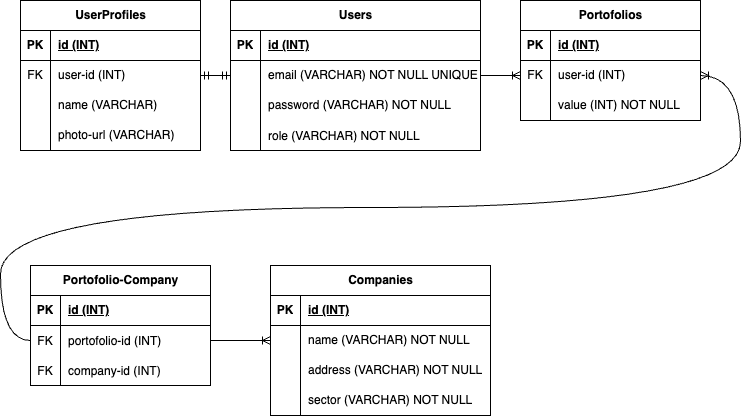
reynaldowt15/investra keeps this draw.io diagram as DBScheme.drawio.png. Above is the earlier version. Source tidied: cells renumbered, new cells last; positions are measured from the earlier drawing's top-left corner, leaving out a move shared by most shapes. The source it was exported from:
```xml
<mxGraphModel>
  <root>
    <mxCell id="0" />
    <mxCell id="1" parent="0" />
    <mxCell id="2" value="Users" style="shape=table;startSize=30;rowLines=0;fontStyle=1;align=center;html=1;" parent="1" vertex="1">
      <mxGeometry x="230" width="250" height="150" as="geometry" />
    </mxCell>
    <mxCell id="3" style="shape=tableRow;horizontal=0;startSize=0;swimlaneHead=0;swimlaneBody=0;fillColor=none;top=0;left=0;right=0;bottom=1;" parent="2" vertex="1">
      <mxGeometry y="30" width="250" height="30" as="geometry" />
    </mxCell>
    <mxCell id="4" value="PK" style="shape=partialRectangle;fillColor=none;top=0;left=0;bottom=0;right=0;fontStyle=1;overflow=hidden;whiteSpace=wrap;html=1;" parent="3" vertex="1">
      <mxGeometry width="30" height="30" as="geometry" />
    </mxCell>
    <mxCell id="5" value="id&amp;nbsp;&lt;span style=&quot;color: rgb(0, 0, 0);&quot;&gt;(INT)&lt;/span&gt;" style="shape=partialRectangle;fillColor=none;top=0;left=0;bottom=0;right=0;align=left;spacingLeft=6;fontStyle=5;overflow=hidden;whiteSpace=wrap;html=1;" parent="3" vertex="1">
      <mxGeometry x="30" width="220" height="30" as="geometry" />
    </mxCell>
    <mxCell id="6" style="shape=tableRow;horizontal=0;startSize=0;swimlaneHead=0;swimlaneBody=0;fillColor=none;points=[[0,0.5],[1,0.5]];portConstraint=eastwest;top=0;left=0;right=0;bottom=0;" parent="2" vertex="1">
      <mxGeometry y="60" width="250" height="30" as="geometry" />
    </mxCell>
    <mxCell id="7" style="shape=partialRectangle;fillColor=none;top=0;left=0;bottom=0;right=0;overflow=hidden;whiteSpace=wrap;html=1;" parent="6" vertex="1">
      <mxGeometry width="30" height="30" as="geometry" />
    </mxCell>
    <mxCell id="8" value="email (VARCHAR) NOT NULL UNIQUE" style="shape=partialRectangle;fillColor=none;top=0;left=0;bottom=0;right=0;align=left;spacingLeft=6;overflow=hidden;whiteSpace=wrap;html=1;" parent="6" vertex="1">
      <mxGeometry x="30" width="220" height="30" as="geometry" />
    </mxCell>
    <mxCell id="9" style="shape=tableRow;horizontal=0;startSize=0;swimlaneHead=0;swimlaneBody=0;fillColor=none;top=0;left=0;right=0;bottom=0;" parent="2" vertex="1">
      <mxGeometry y="90" width="250" height="30" as="geometry" />
    </mxCell>
    <mxCell id="10" style="shape=partialRectangle;fillColor=none;top=0;left=0;bottom=0;right=0;overflow=hidden;whiteSpace=wrap;html=1;" parent="9" vertex="1">
      <mxGeometry width="30" height="30" as="geometry" />
    </mxCell>
    <mxCell id="11" value="password (VARCHAR) NOT NULL" style="shape=partialRectangle;fillColor=none;top=0;left=0;bottom=0;right=0;align=left;spacingLeft=6;overflow=hidden;whiteSpace=wrap;html=1;" parent="9" vertex="1">
      <mxGeometry x="30" width="220" height="30" as="geometry" />
    </mxCell>
    <mxCell id="12" style="shape=tableRow;horizontal=0;startSize=0;swimlaneHead=0;swimlaneBody=0;fillColor=none;top=0;left=0;right=0;bottom=0;" parent="2" vertex="1">
      <mxGeometry y="120" width="250" height="30" as="geometry" />
    </mxCell>
    <mxCell id="13" style="shape=partialRectangle;fillColor=none;top=0;left=0;bottom=0;right=0;overflow=hidden;" parent="12" vertex="1">
      <mxGeometry width="30" height="30" as="geometry" />
    </mxCell>
    <mxCell id="14" value="role (VARCHAR) NOT NULL" style="shape=partialRectangle;fillColor=none;top=0;left=0;bottom=0;right=0;align=left;spacingLeft=6;overflow=hidden;" parent="12" vertex="1">
      <mxGeometry x="30" width="220" height="30" as="geometry" />
    </mxCell>
    <mxCell id="15" value="UserProfiles" style="shape=table;startSize=30;rowLines=0;fontStyle=1;align=center;html=1;" parent="1" vertex="1">
      <mxGeometry x="20" width="180" height="150" as="geometry" />
    </mxCell>
    <mxCell id="16" style="shape=tableRow;horizontal=0;startSize=0;swimlaneHead=0;swimlaneBody=0;fillColor=none;top=0;left=0;right=0;bottom=1;" parent="15" vertex="1">
      <mxGeometry y="30" width="180" height="30" as="geometry" />
    </mxCell>
    <mxCell id="17" value="PK" style="shape=partialRectangle;fillColor=none;top=0;left=0;bottom=0;right=0;fontStyle=1;overflow=hidden;whiteSpace=wrap;html=1;" parent="16" vertex="1">
      <mxGeometry width="30" height="30" as="geometry" />
    </mxCell>
    <mxCell id="18" value="id (INT)" style="shape=partialRectangle;fillColor=none;top=0;left=0;bottom=0;right=0;align=left;spacingLeft=6;fontStyle=5;overflow=hidden;whiteSpace=wrap;html=1;" parent="16" vertex="1">
      <mxGeometry x="30" width="150" height="30" as="geometry" />
    </mxCell>
    <mxCell id="19" style="shape=tableRow;horizontal=0;startSize=0;swimlaneHead=0;swimlaneBody=0;fillColor=none;points=[[0,0.5],[1,0.5]];portConstraint=eastwest;top=0;left=0;right=0;bottom=0;" parent="15" vertex="1">
      <mxGeometry y="60" width="180" height="30" as="geometry" />
    </mxCell>
    <mxCell id="20" value="FK" style="shape=partialRectangle;fillColor=none;top=0;left=0;bottom=0;right=0;overflow=hidden;whiteSpace=wrap;html=1;" parent="19" vertex="1">
      <mxGeometry width="30" height="30" as="geometry" />
    </mxCell>
    <mxCell id="21" value="user-id (INT)" style="shape=partialRectangle;fillColor=none;top=0;left=0;bottom=0;right=0;align=left;spacingLeft=6;overflow=hidden;whiteSpace=wrap;html=1;" parent="19" vertex="1">
      <mxGeometry x="30" width="150" height="30" as="geometry" />
    </mxCell>
    <mxCell id="22" style="shape=tableRow;horizontal=0;startSize=0;swimlaneHead=0;swimlaneBody=0;fillColor=none;top=0;left=0;right=0;bottom=0;" parent="15" vertex="1">
      <mxGeometry y="90" width="180" height="30" as="geometry" />
    </mxCell>
    <mxCell id="23" style="shape=partialRectangle;fillColor=none;top=0;left=0;bottom=0;right=0;overflow=hidden;whiteSpace=wrap;html=1;" parent="22" vertex="1">
      <mxGeometry width="30" height="30" as="geometry" />
    </mxCell>
    <mxCell id="24" value="name (VARCHAR)" style="shape=partialRectangle;fillColor=none;top=0;left=0;bottom=0;right=0;align=left;spacingLeft=6;overflow=hidden;whiteSpace=wrap;html=1;" parent="22" vertex="1">
      <mxGeometry x="30" width="150" height="30" as="geometry" />
    </mxCell>
    <mxCell id="25" style="shape=tableRow;horizontal=0;startSize=0;swimlaneHead=0;swimlaneBody=0;fillColor=none;top=0;left=0;right=0;bottom=0;" parent="15" vertex="1">
      <mxGeometry y="120" width="180" height="30" as="geometry" />
    </mxCell>
    <mxCell id="26" style="shape=partialRectangle;fillColor=none;top=0;left=0;bottom=0;right=0;overflow=hidden;whiteSpace=wrap;html=1;" parent="25" vertex="1">
      <mxGeometry width="30" height="30" as="geometry" />
    </mxCell>
    <mxCell id="27" value="photo-url (VARCHAR)" style="shape=partialRectangle;fillColor=none;top=0;left=0;bottom=0;right=0;align=left;spacingLeft=6;overflow=hidden;whiteSpace=wrap;html=1;" parent="25" vertex="1">
      <mxGeometry x="30" width="150" height="30" as="geometry" />
    </mxCell>
    <mxCell id="28" style="edgeStyle=entityRelationEdgeStyle;fontSize=12;html=1;endArrow=ERmandOne;startArrow=ERmandOne;exitX=0;exitY=0.5;exitDx=0;exitDy=0;entryX=1;entryY=0.5;entryDx=0;entryDy=0;" parent="1" edge="1" source="6" target="19">
      <mxGeometry relative="1" as="geometry" />
    </mxCell>
    <mxCell id="29" style="edgeStyle=entityRelationEdgeStyle;fontSize=12;html=1;endArrow=ERoneToMany;exitX=1;exitY=0.5;exitDx=0;exitDy=0;entryX=0;entryY=0.5;entryDx=0;entryDy=0;" parent="1" edge="1" source="6" target="34">
      <mxGeometry relative="1" as="geometry">
        <Array as="points">
          <mxPoint x="200" y="470" />
          <mxPoint x="300" y="160" />
          <mxPoint x="350" y="200" />
          <mxPoint x="20" y="180" />
          <mxPoint x="240" y="340" />
          <mxPoint x="250" y="360" />
          <mxPoint x="260" y="340" />
          <mxPoint x="210" y="360" />
          <mxPoint x="240" y="320" />
        </Array>
      </mxGeometry>
    </mxCell>
    <mxCell id="30" value="Portofolios" style="shape=table;startSize=30;rowLines=0;fontStyle=1;align=center;html=1;" parent="1" vertex="1">
      <mxGeometry x="520" width="180" height="120" as="geometry" />
    </mxCell>
    <mxCell id="31" style="shape=tableRow;horizontal=0;startSize=0;swimlaneHead=0;swimlaneBody=0;fillColor=none;top=0;left=0;right=0;bottom=1;" parent="30" vertex="1">
      <mxGeometry y="30" width="180" height="30" as="geometry" />
    </mxCell>
    <mxCell id="32" value="PK" style="shape=partialRectangle;fillColor=none;top=0;left=0;bottom=0;right=0;fontStyle=1;overflow=hidden;whiteSpace=wrap;html=1;" parent="31" vertex="1">
      <mxGeometry width="30" height="30" as="geometry" />
    </mxCell>
    <mxCell id="33" value="id&amp;nbsp;&lt;span style=&quot;color: rgb(0, 0, 0);&quot;&gt;(INT)&lt;/span&gt;" style="shape=partialRectangle;fillColor=none;top=0;left=0;bottom=0;right=0;align=left;spacingLeft=6;fontStyle=5;overflow=hidden;whiteSpace=wrap;html=1;" parent="31" vertex="1">
      <mxGeometry x="30" width="150" height="30" as="geometry" />
    </mxCell>
    <mxCell id="34" style="shape=tableRow;horizontal=0;startSize=0;swimlaneHead=0;swimlaneBody=0;fillColor=none;points=[[0,0.5],[1,0.5]];portConstraint=eastwest;top=0;left=0;right=0;bottom=0;" parent="30" vertex="1">
      <mxGeometry y="60" width="180" height="30" as="geometry" />
    </mxCell>
    <mxCell id="35" value="FK" style="shape=partialRectangle;fillColor=none;top=0;left=0;bottom=0;right=0;overflow=hidden;whiteSpace=wrap;html=1;" parent="34" vertex="1">
      <mxGeometry width="30" height="30" as="geometry" />
    </mxCell>
    <mxCell id="36" value="user-id&amp;nbsp;&lt;span style=&quot;color: rgb(0, 0, 0);&quot;&gt;(INT)&lt;/span&gt;" style="shape=partialRectangle;fillColor=none;top=0;left=0;bottom=0;right=0;align=left;spacingLeft=6;overflow=hidden;whiteSpace=wrap;html=1;" parent="34" vertex="1">
      <mxGeometry x="30" width="150" height="30" as="geometry" />
    </mxCell>
    <mxCell id="37" style="shape=tableRow;horizontal=0;startSize=0;swimlaneHead=0;swimlaneBody=0;fillColor=none;top=0;left=0;right=0;bottom=0;" parent="30" vertex="1">
      <mxGeometry y="90" width="180" height="30" as="geometry" />
    </mxCell>
    <mxCell id="38" style="shape=partialRectangle;fillColor=none;top=0;left=0;bottom=0;right=0;overflow=hidden;whiteSpace=wrap;html=1;" parent="37" vertex="1">
      <mxGeometry width="30" height="30" as="geometry" />
    </mxCell>
    <mxCell id="39" value="value (INT) NOT NULL" style="shape=partialRectangle;fillColor=none;top=0;left=0;bottom=0;right=0;align=left;spacingLeft=6;overflow=hidden;whiteSpace=wrap;html=1;" parent="37" vertex="1">
      <mxGeometry x="30" width="150" height="30" as="geometry" />
    </mxCell>
    <mxCell id="40" value="Companies" style="shape=table;startSize=30;rowLines=0;fontStyle=1;align=center;html=1;" parent="1" vertex="1">
      <mxGeometry x="270" y="265" width="220" height="150" as="geometry" />
    </mxCell>
    <mxCell id="41" style="shape=tableRow;horizontal=0;startSize=0;swimlaneHead=0;swimlaneBody=0;fillColor=none;top=0;left=0;right=0;bottom=1;" parent="40" vertex="1">
      <mxGeometry y="30" width="220" height="30" as="geometry" />
    </mxCell>
    <mxCell id="42" value="PK" style="shape=partialRectangle;fillColor=none;top=0;left=0;bottom=0;right=0;fontStyle=1;overflow=hidden;whiteSpace=wrap;html=1;" parent="41" vertex="1">
      <mxGeometry width="30" height="30" as="geometry" />
    </mxCell>
    <mxCell id="43" value="id&amp;nbsp;&lt;span style=&quot;color: rgb(0, 0, 0);&quot;&gt;(INT)&lt;/span&gt;" style="shape=partialRectangle;fillColor=none;top=0;left=0;bottom=0;right=0;align=left;spacingLeft=6;fontStyle=5;overflow=hidden;whiteSpace=wrap;html=1;" parent="41" vertex="1">
      <mxGeometry x="30" width="190" height="30" as="geometry" />
    </mxCell>
    <mxCell id="44" style="shape=tableRow;horizontal=0;startSize=0;swimlaneHead=0;swimlaneBody=0;fillColor=none;points=[[0,0.5],[1,0.5]];portConstraint=eastwest;top=0;left=0;right=0;bottom=0;" parent="40" vertex="1">
      <mxGeometry y="60" width="220" height="30" as="geometry" />
    </mxCell>
    <mxCell id="45" style="shape=partialRectangle;fillColor=none;top=0;left=0;bottom=0;right=0;overflow=hidden;whiteSpace=wrap;html=1;" parent="44" vertex="1">
      <mxGeometry width="30" height="30" as="geometry" />
    </mxCell>
    <mxCell id="46" value="name (VARCHAR) NOT NULL" style="shape=partialRectangle;fillColor=none;top=0;left=0;bottom=0;right=0;align=left;spacingLeft=6;overflow=hidden;whiteSpace=wrap;html=1;" parent="44" vertex="1">
      <mxGeometry x="30" width="190" height="30" as="geometry" />
    </mxCell>
    <mxCell id="47" style="shape=tableRow;horizontal=0;startSize=0;swimlaneHead=0;swimlaneBody=0;fillColor=none;top=0;left=0;right=0;bottom=0;" parent="40" vertex="1">
      <mxGeometry y="90" width="220" height="30" as="geometry" />
    </mxCell>
    <mxCell id="48" style="shape=partialRectangle;fillColor=none;top=0;left=0;bottom=0;right=0;overflow=hidden;whiteSpace=wrap;html=1;" parent="47" vertex="1">
      <mxGeometry width="30" height="30" as="geometry" />
    </mxCell>
    <mxCell id="49" value="address (VARCHAR) NOT NULL" style="shape=partialRectangle;fillColor=none;top=0;left=0;bottom=0;right=0;align=left;spacingLeft=6;overflow=hidden;whiteSpace=wrap;html=1;" parent="47" vertex="1">
      <mxGeometry x="30" width="190" height="30" as="geometry" />
    </mxCell>
    <mxCell id="50" style="shape=tableRow;horizontal=0;startSize=0;swimlaneHead=0;swimlaneBody=0;fillColor=none;top=0;left=0;right=0;bottom=0;" parent="40" vertex="1">
      <mxGeometry y="120" width="220" height="30" as="geometry" />
    </mxCell>
    <mxCell id="51" style="shape=partialRectangle;fillColor=none;top=0;left=0;bottom=0;right=0;overflow=hidden;whiteSpace=wrap;html=1;" parent="50" vertex="1">
      <mxGeometry width="30" height="30" as="geometry" />
    </mxCell>
    <mxCell id="52" value="sector (VARCHAR) NOT NULL" style="shape=partialRectangle;fillColor=none;top=0;left=0;bottom=0;right=0;align=left;spacingLeft=6;overflow=hidden;whiteSpace=wrap;html=1;" parent="50" vertex="1">
      <mxGeometry x="30" width="190" height="30" as="geometry" />
    </mxCell>
    <mxCell id="53" value="Portofolio-Company" style="shape=table;startSize=30;rowLines=0;fontStyle=1;align=center;html=1;" parent="1" vertex="1">
      <mxGeometry x="30" y="265" width="180" height="120" as="geometry" />
    </mxCell>
    <mxCell id="54" style="shape=tableRow;horizontal=0;startSize=0;swimlaneHead=0;swimlaneBody=0;fillColor=none;top=0;left=0;right=0;bottom=1;" parent="53" vertex="1">
      <mxGeometry y="30" width="180" height="30" as="geometry" />
    </mxCell>
    <mxCell id="55" value="PK" style="shape=partialRectangle;fillColor=none;top=0;left=0;bottom=0;right=0;fontStyle=1;overflow=hidden;whiteSpace=wrap;html=1;" parent="54" vertex="1">
      <mxGeometry width="30" height="30" as="geometry" />
    </mxCell>
    <mxCell id="56" value="id&amp;nbsp;&lt;span style=&quot;color: rgb(0, 0, 0);&quot;&gt;(INT)&lt;/span&gt;" style="shape=partialRectangle;fillColor=none;top=0;left=0;bottom=0;right=0;align=left;spacingLeft=6;fontStyle=5;overflow=hidden;whiteSpace=wrap;html=1;" parent="54" vertex="1">
      <mxGeometry x="30" width="150" height="30" as="geometry" />
    </mxCell>
    <mxCell id="57" style="shape=tableRow;horizontal=0;startSize=0;swimlaneHead=0;swimlaneBody=0;fillColor=none;top=0;left=0;right=0;bottom=0;" parent="53" vertex="1">
      <mxGeometry y="60" width="180" height="30" as="geometry" />
    </mxCell>
    <mxCell id="58" value="FK" style="shape=partialRectangle;fillColor=none;top=0;left=0;bottom=0;right=0;overflow=hidden;" parent="57" vertex="1">
      <mxGeometry width="30" height="30" as="geometry" />
    </mxCell>
    <mxCell id="59" value="portofolio-id (INT)" style="shape=partialRectangle;fillColor=none;top=0;left=0;bottom=0;right=0;align=left;spacingLeft=6;overflow=hidden;" parent="57" vertex="1">
      <mxGeometry x="30" width="150" height="30" as="geometry" />
    </mxCell>
    <mxCell id="60" style="shape=tableRow;horizontal=0;startSize=0;swimlaneHead=0;swimlaneBody=0;fillColor=none;top=0;left=0;right=0;bottom=0;" parent="53" vertex="1">
      <mxGeometry y="90" width="180" height="30" as="geometry" />
    </mxCell>
    <mxCell id="61" value="FK" style="shape=partialRectangle;fillColor=none;top=0;left=0;bottom=0;right=0;overflow=hidden;" parent="60" vertex="1">
      <mxGeometry width="30" height="30" as="geometry" />
    </mxCell>
    <mxCell id="62" value="company-id (INT)" style="shape=partialRectangle;fillColor=none;top=0;left=0;bottom=0;right=0;align=left;spacingLeft=6;overflow=hidden;" parent="60" vertex="1">
      <mxGeometry x="30" width="150" height="30" as="geometry" />
    </mxCell>
    <mxCell id="63" style="edgeStyle=entityRelationEdgeStyle;fontSize=12;html=1;endArrow=ERoneToMany;exitX=1;exitY=0.5;exitDx=0;exitDy=0;entryX=0;entryY=0.5;entryDx=0;entryDy=0;" parent="1" edge="1" target="44">
      <mxGeometry relative="1" as="geometry">
        <mxPoint x="210" y="340" as="sourcePoint" />
      </mxGeometry>
    </mxCell>
    <mxCell id="64" style="edgeStyle=orthogonalEdgeStyle;fontSize=12;html=1;endArrow=ERoneToMany;exitX=0;exitY=0.5;exitDx=0;exitDy=0;entryX=1;entryY=0.5;entryDx=0;entryDy=0;curved=1;" parent="1" edge="1" target="34">
      <mxGeometry relative="1" as="geometry">
        <mxPoint x="30" y="340" as="sourcePoint" />
        <Array as="points">
          <mxPoint y="340" />
          <mxPoint y="207" />
          <mxPoint x="740" y="207" />
          <mxPoint x="740" y="75" />
        </Array>
      </mxGeometry>
    </mxCell>
  </root>
</mxGraphModel>
```
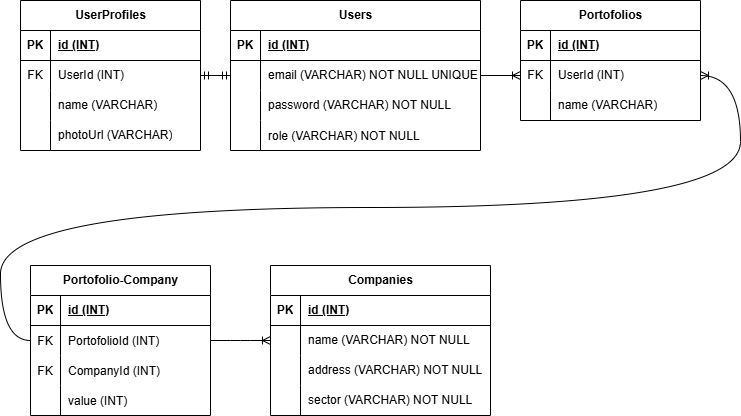
The same file after the commit.

The edit, as a diff of the source:
```diff
@@ -59,7 +59,7 @@
     <mxCell id="20" value="FK" style="shape=partialRectangle;fillColor=none;top=0;left=0;bottom=0;right=0;overflow=hidden;whiteSpace=wrap;html=1;" parent="19" vertex="1">
       <mxGeometry width="30" height="30" as="geometry" />
     </mxCell>
-    <mxCell id="21" value="user-id (INT)" style="shape=partialRectangle;fillColor=none;top=0;left=0;bottom=0;right=0;align=left;spacingLeft=6;overflow=hidden;whiteSpace=wrap;html=1;" parent="19" vertex="1">
+    <mxCell id="21" value="UserId (INT)" style="shape=partialRectangle;fillColor=none;top=0;left=0;bottom=0;right=0;align=left;spacingLeft=6;overflow=hidden;whiteSpace=wrap;html=1;" parent="19" vertex="1">
       <mxGeometry x="30" width="150" height="30" as="geometry" />
     </mxCell>
     <mxCell id="22" style="shape=tableRow;horizontal=0;startSize=0;swimlaneHead=0;swimlaneBody=0;fillColor=none;top=0;left=0;right=0;bottom=0;" parent="15" vertex="1">
@@ -77,7 +77,7 @@
     <mxCell id="26" style="shape=partialRectangle;fillColor=none;top=0;left=0;bottom=0;right=0;overflow=hidden;whiteSpace=wrap;html=1;" parent="25" vertex="1">
       <mxGeometry width="30" height="30" as="geometry" />
     </mxCell>
-    <mxCell id="27" value="photo-url (VARCHAR)" style="shape=partialRectangle;fillColor=none;top=0;left=0;bottom=0;right=0;align=left;spacingLeft=6;overflow=hidden;whiteSpace=wrap;html=1;" parent="25" vertex="1">
+    <mxCell id="27" value="photoUrl (VARCHAR)" style="shape=partialRectangle;fillColor=none;top=0;left=0;bottom=0;right=0;align=left;spacingLeft=6;overflow=hidden;whiteSpace=wrap;html=1;" parent="25" vertex="1">
       <mxGeometry x="30" width="150" height="30" as="geometry" />
     </mxCell>
     <mxCell id="28" style="edgeStyle=entityRelationEdgeStyle;fontSize=12;html=1;endArrow=ERmandOne;startArrow=ERmandOne;exitX=0;exitY=0.5;exitDx=0;exitDy=0;entryX=1;entryY=0.5;entryDx=0;entryDy=0;" parent="1" edge="1" source="6" target="19">
@@ -116,7 +116,7 @@
     <mxCell id="35" value="FK" style="shape=partialRectangle;fillColor=none;top=0;left=0;bottom=0;right=0;overflow=hidden;whiteSpace=wrap;html=1;" parent="34" vertex="1">
       <mxGeometry width="30" height="30" as="geometry" />
     </mxCell>
-    <mxCell id="36" value="user-id&amp;nbsp;&lt;span style=&quot;color: rgb(0, 0, 0);&quot;&gt;(INT)&lt;/span&gt;" style="shape=partialRectangle;fillColor=none;top=0;left=0;bottom=0;right=0;align=left;spacingLeft=6;overflow=hidden;whiteSpace=wrap;html=1;" parent="34" vertex="1">
+    <mxCell id="36" value="UserId&amp;nbsp;&lt;span style=&quot;color: rgb(0, 0, 0);&quot;&gt;(INT)&lt;/span&gt;" style="shape=partialRectangle;fillColor=none;top=0;left=0;bottom=0;right=0;align=left;spacingLeft=6;overflow=hidden;whiteSpace=wrap;html=1;" parent="34" vertex="1">
       <mxGeometry x="30" width="150" height="30" as="geometry" />
     </mxCell>
     <mxCell id="37" style="shape=tableRow;horizontal=0;startSize=0;swimlaneHead=0;swimlaneBody=0;fillColor=none;top=0;left=0;right=0;bottom=0;" parent="30" vertex="1">
@@ -125,7 +125,7 @@
     <mxCell id="38" style="shape=partialRectangle;fillColor=none;top=0;left=0;bottom=0;right=0;overflow=hidden;whiteSpace=wrap;html=1;" parent="37" vertex="1">
       <mxGeometry width="30" height="30" as="geometry" />
     </mxCell>
-    <mxCell id="39" value="value (INT) NOT NULL" style="shape=partialRectangle;fillColor=none;top=0;left=0;bottom=0;right=0;align=left;spacingLeft=6;overflow=hidden;whiteSpace=wrap;html=1;" parent="37" vertex="1">
+    <mxCell id="39" value="name (VARCHAR)" style="shape=partialRectangle;fillColor=none;top=0;left=0;bottom=0;right=0;align=left;spacingLeft=6;overflow=hidden;whiteSpace=wrap;html=1;" parent="37" vertex="1">
       <mxGeometry x="30" width="150" height="30" as="geometry" />
     </mxCell>
     <mxCell id="40" value="Companies" style="shape=table;startSize=30;rowLines=0;fontStyle=1;align=center;html=1;" parent="1" vertex="1">
@@ -168,7 +168,7 @@
       <mxGeometry x="30" width="190" height="30" as="geometry" />
     </mxCell>
     <mxCell id="53" value="Portofolio-Company" style="shape=table;startSize=30;rowLines=0;fontStyle=1;align=center;html=1;" parent="1" vertex="1">
-      <mxGeometry x="30" y="265" width="180" height="120" as="geometry" />
+      <mxGeometry x="30" y="265" width="180" height="150" as="geometry" />
     </mxCell>
     <mxCell id="54" style="shape=tableRow;horizontal=0;startSize=0;swimlaneHead=0;swimlaneBody=0;fillColor=none;top=0;left=0;right=0;bottom=1;" parent="53" vertex="1">
       <mxGeometry y="30" width="180" height="30" as="geometry" />
@@ -185,7 +185,7 @@
     <mxCell id="58" value="FK" style="shape=partialRectangle;fillColor=none;top=0;left=0;bottom=0;right=0;overflow=hidden;" parent="57" vertex="1">
       <mxGeometry width="30" height="30" as="geometry" />
     </mxCell>
-    <mxCell id="59" value="portofolio-id (INT)" style="shape=partialRectangle;fillColor=none;top=0;left=0;bottom=0;right=0;align=left;spacingLeft=6;overflow=hidden;" parent="57" vertex="1">
+    <mxCell id="59" value="PortofolioId (INT)" style="shape=partialRectangle;fillColor=none;top=0;left=0;bottom=0;right=0;align=left;spacingLeft=6;overflow=hidden;" parent="57" vertex="1">
       <mxGeometry x="30" width="150" height="30" as="geometry" />
     </mxCell>
     <mxCell id="60" style="shape=tableRow;horizontal=0;startSize=0;swimlaneHead=0;swimlaneBody=0;fillColor=none;top=0;left=0;right=0;bottom=0;" parent="53" vertex="1">
@@ -194,9 +194,18 @@
     <mxCell id="61" value="FK" style="shape=partialRectangle;fillColor=none;top=0;left=0;bottom=0;right=0;overflow=hidden;" parent="60" vertex="1">
       <mxGeometry width="30" height="30" as="geometry" />
     </mxCell>
-    <mxCell id="62" value="company-id (INT)" style="shape=partialRectangle;fillColor=none;top=0;left=0;bottom=0;right=0;align=left;spacingLeft=6;overflow=hidden;" parent="60" vertex="1">
+    <mxCell id="62" value="CompanyId (INT)" style="shape=partialRectangle;fillColor=none;top=0;left=0;bottom=0;right=0;align=left;spacingLeft=6;overflow=hidden;" parent="60" vertex="1">
       <mxGeometry x="30" width="150" height="30" as="geometry" />
     </mxCell>
+    <mxCell id="65" style="shape=tableRow;horizontal=0;startSize=0;swimlaneHead=0;swimlaneBody=0;fillColor=none;top=0;left=0;right=0;bottom=0;" parent="53" vertex="1">
+      <mxGeometry y="120" width="180" height="30" as="geometry" />
+    </mxCell>
+    <mxCell id="66" style="shape=partialRectangle;fillColor=none;top=0;left=0;bottom=0;right=0;overflow=hidden;" parent="65" vertex="1">
+      <mxGeometry width="30" height="30" as="geometry" />
+    </mxCell>
+    <mxCell id="67" value="value (INT)" style="shape=partialRectangle;fillColor=none;top=0;left=0;bottom=0;right=0;align=left;spacingLeft=6;overflow=hidden;" parent="65" vertex="1">
+      <mxGeometry x="30" width="150" height="30" as="geometry" />
+    </mxCell>
     <mxCell id="63" style="edgeStyle=entityRelationEdgeStyle;fontSize=12;html=1;endArrow=ERoneToMany;exitX=1;exitY=0.5;exitDx=0;exitDy=0;entryX=0;entryY=0.5;entryDx=0;entryDy=0;" parent="1" edge="1" target="44">
       <mxGeometry relative="1" as="geometry">
         <mxPoint x="210" y="340" as="sourcePoint" />
```
